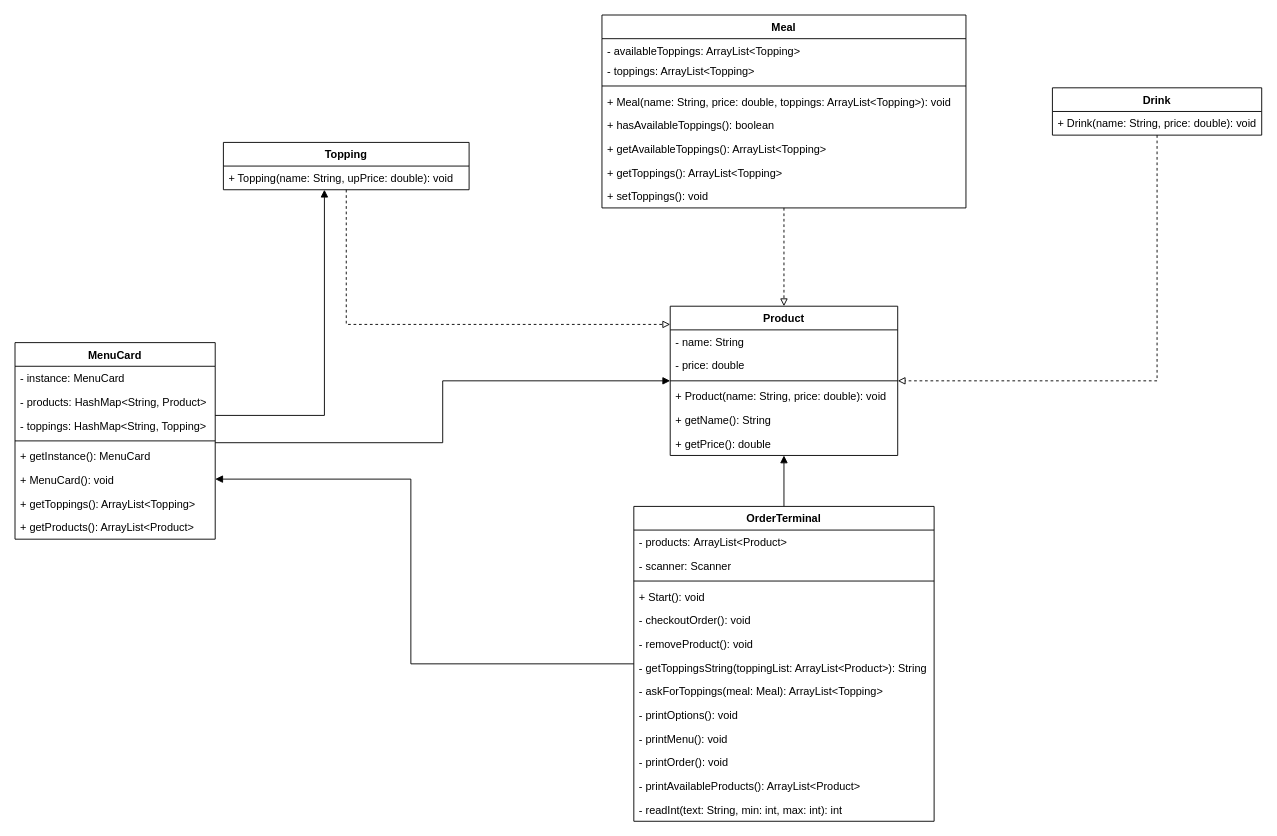
This is diagrams/project/Project Class Diagram.drawio from JonathanXDR/M320, a draw.io file, before an edit. Source tidied: cells renumbered, new cells numbered last; positions are measured from the earlier drawing's top-left corner, leaving out a move shared by most shapes. Both pictures are drawn from the tidied source at 91%, with x=0, y=0 at pixel (15, 15).
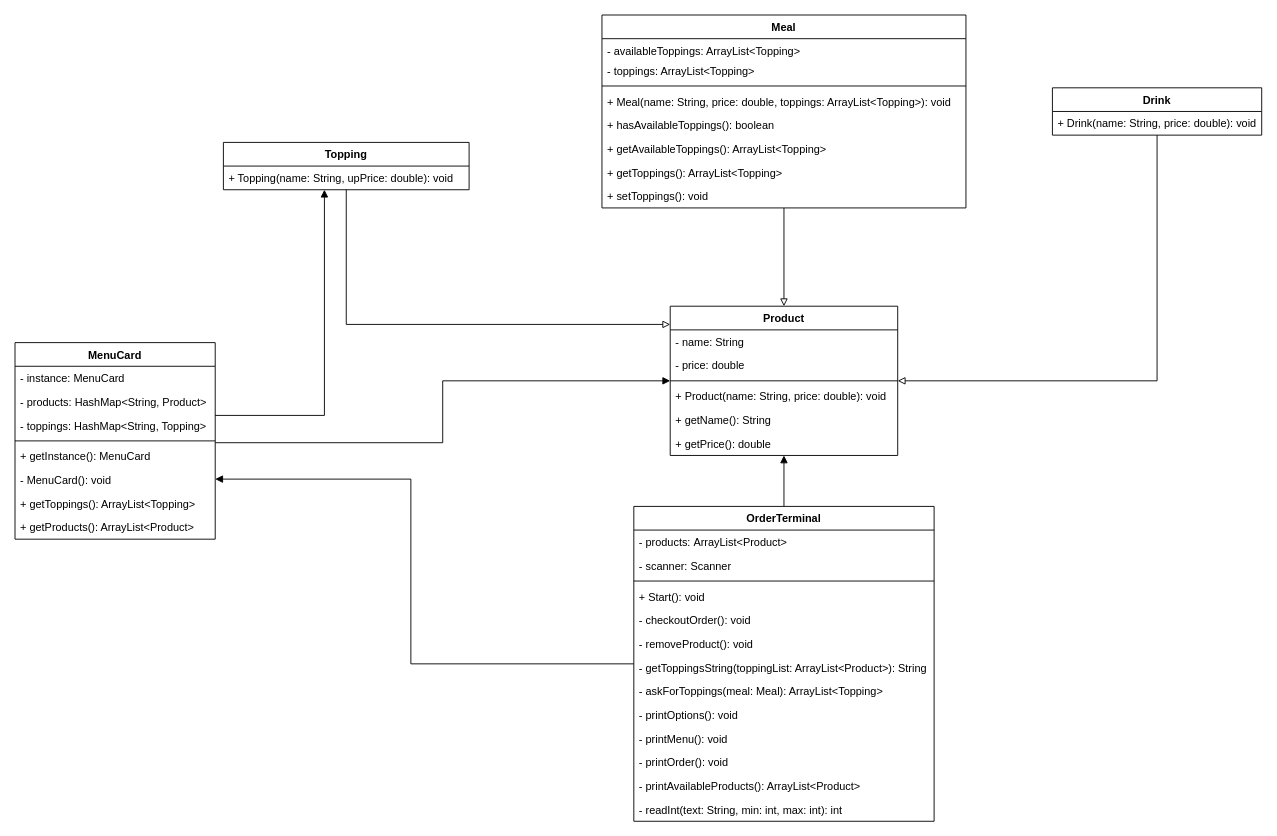
The same diagram, later.

Unchanged cells that the change refers to:
```xml
<mxCell id="18" value="Product" style="swimlane;fontStyle=1;align=center;verticalAlign=top;horizontal=1;startSize=26;" parent="1" vertex="1">
  <mxGeometry x="720" y="320" width="250" height="164" as="geometry" />
</mxCell>
<mxCell id="26" value="Topping" style="swimlane;fontStyle=1;align=center;verticalAlign=top;horizontal=1;startSize=26;" parent="1" vertex="1">
  <mxGeometry x="229" y="140" width="270" height="52" as="geometry" />
</mxCell>
<mxCell id="30" value="MenuCard" style="swimlane;fontStyle=1;align=center;verticalAlign=top;horizontal=1;startSize=26;" parent="1" vertex="1">
  <mxGeometry y="360" width="220" height="216" as="geometry" />
</mxCell>
<mxCell id="40" value="Meal" style="swimlane;fontStyle=1;align=center;verticalAlign=top;horizontal=1;startSize=26;" parent="1" vertex="1">
  <mxGeometry x="645" width="400" height="212" as="geometry" />
</mxCell>
<mxCell id="50" value="Drink" style="swimlane;fontStyle=1;align=center;verticalAlign=top;horizontal=1;startSize=26;" parent="1" vertex="1">
  <mxGeometry x="1140" y="80" width="230" height="52" as="geometry" />
</mxCell>
```

Change to the diagram source:
```diff
@@
-    <mxCell id="25" style="edgeStyle=orthogonalEdgeStyle;rounded=0;jettySize=auto;html=1;exitX=0.5;exitY=1;exitDx=0;exitDy=0;dashed=1;endArrow=block;endFill=0;" parent="1" edge="1" source="26" target="18">
+    <mxCell id="25" style="edgeStyle=orthogonalEdgeStyle;rounded=0;jettySize=auto;html=1;exitX=0.5;exitY=1;exitDx=0;exitDy=0;endArrow=block;endFill=0;" parent="1" edge="1" source="26" target="18">
       <mxGeometry relative="1" as="geometry">
         <Array as="points">
           <mxPoint x="364" y="340" />
         </Array>
       </mxGeometry>
     </mxCell>
@@
-    <mxCell id="36" value="+ MenuCard(): void" style="text;strokeColor=none;fillColor=none;align=left;verticalAlign=top;spacingLeft=4;spacingRight=4;overflow=hidden;" parent="30" vertex="1">
+    <mxCell id="36" value="- MenuCard(): void" style="text;strokeColor=none;fillColor=none;align=left;verticalAlign=top;spacingLeft=4;spacingRight=4;overflow=hidden;" parent="30" vertex="1">
       <mxGeometry y="138" width="220" height="26" as="geometry" />
     </mxCell>
@@
-    <mxCell id="39" style="edgeStyle=orthogonalEdgeStyle;rounded=0;jettySize=auto;html=1;endArrow=block;endFill=0;dashed=1;" parent="1" edge="1" source="40" target="18">
+    <mxCell id="39" style="edgeStyle=orthogonalEdgeStyle;rounded=0;jettySize=auto;html=1;endArrow=block;endFill=0;" parent="1" edge="1" source="40" target="18">
       <mxGeometry relative="1" as="geometry" />
     </mxCell>
@@
-    <mxCell id="49" style="edgeStyle=orthogonalEdgeStyle;rounded=0;jettySize=auto;html=1;exitX=0.5;exitY=1;exitDx=0;exitDy=0;dashed=1;endArrow=block;endFill=0;" parent="1" edge="1" source="50" target="18">
+    <mxCell id="49" style="edgeStyle=orthogonalEdgeStyle;rounded=0;jettySize=auto;html=1;exitX=0.5;exitY=1;exitDx=0;exitDy=0;endArrow=block;endFill=0;" parent="1" edge="1" source="50" target="18">
       <mxGeometry relative="1" as="geometry">
         <Array as="points">
           <mxPoint x="1255" y="402" />
         </Array>
       </mxGeometry>
     </mxCell>
```
